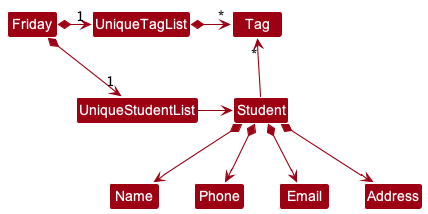
The PlantUML diagram docs/images/BetterModelClassDiagram.png in nus-cs2103-AY2223S1/tp, before a commit.
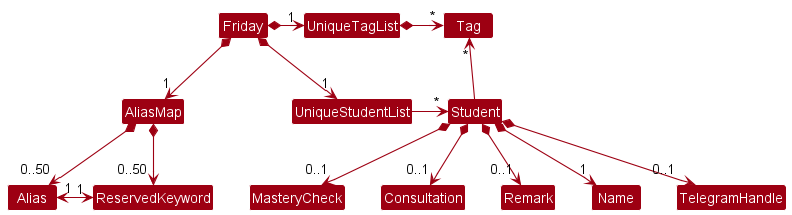
The same diagram one commit later.

Commit message:
Update Model class diagram with AliasMap, Alias and ReservedKeyword

Change to the diagram source:
```diff
@@ -6,16 +6,23 @@
 
 Friday *-right-> "1" UniqueStudentList
 Friday *-right-> "1" UniqueTagList
+Friday *-down-> "1" AliasMap
 UniqueTagList -[hidden]down- UniqueStudentList
 UniqueTagList -[hidden]down- UniqueStudentList
 
 UniqueTagList *-right-> "*" Tag
-UniqueStudentList -right-> Student
+UniqueStudentList -right-> "*" Student
 
 Student -up-> "*" Tag
 
-Student *--> Name
-Student *--> Phone
-Student *--> Email
-Student *--> Address
+Student *--> "1" Name
+Student *--> "0..1" TelegramHandle
+Student *--> "0..1" MasteryCheck
+Student *--> "0..1" Consultation
+Student *--> "0..1" Remark
+
+AliasMap *--> "0..50" Alias
+AliasMap *--> "0..50" ReservedKeyword
+
+Alias "1" <-right> "1" ReservedKeyword
 @enduml
```
